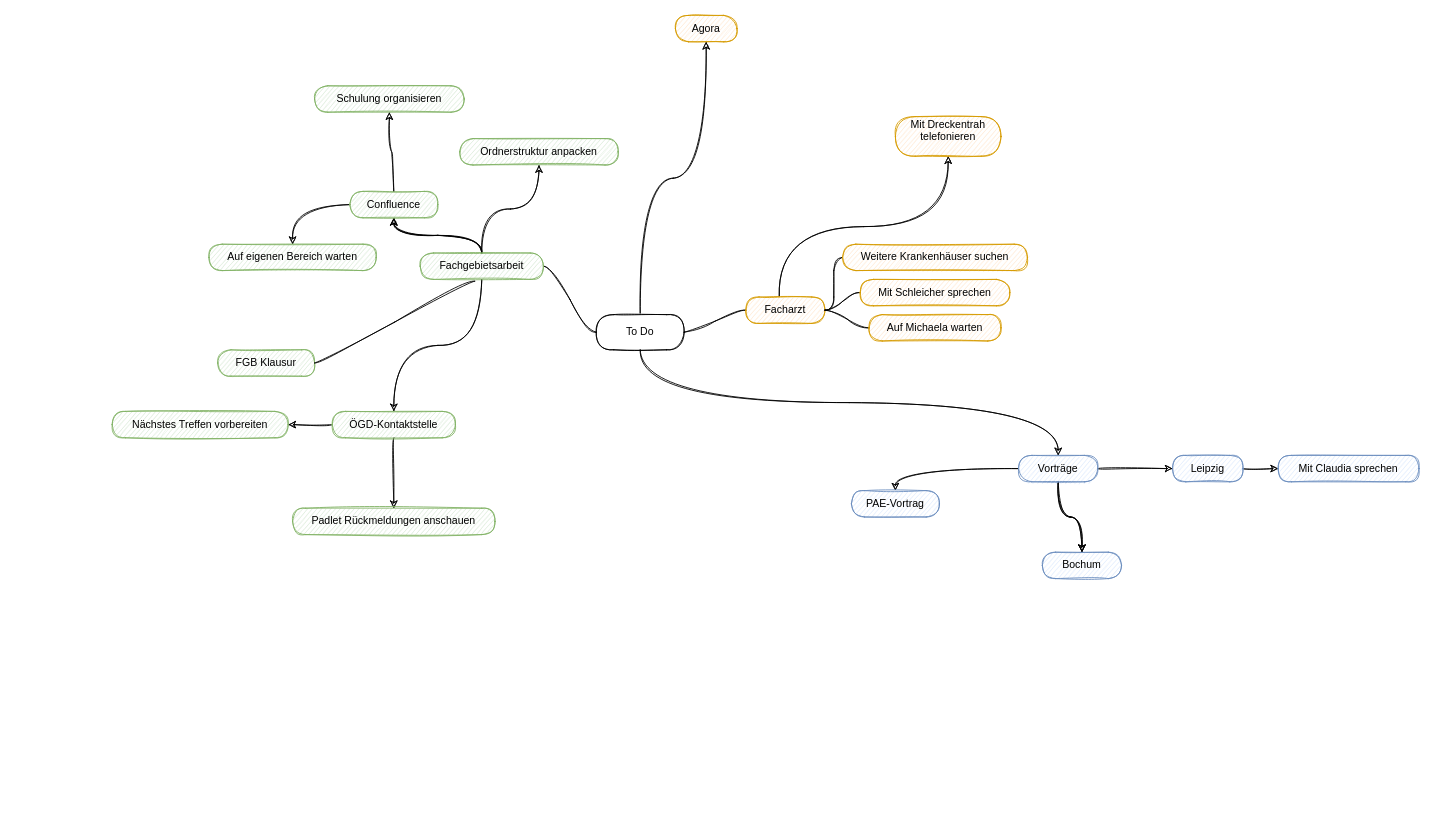
Earlier version of the draw.io diagram drawio/todo.drawio (jakobschumacher/graphs). Source tidied: cells renumbered, new cells numbered last; positions are measured from the earlier drawing's top-left corner, leaving out a move shared by most shapes. Both pictures are drawn from the tidied source at 88%, with x=0, y=0 at pixel (112, 15).
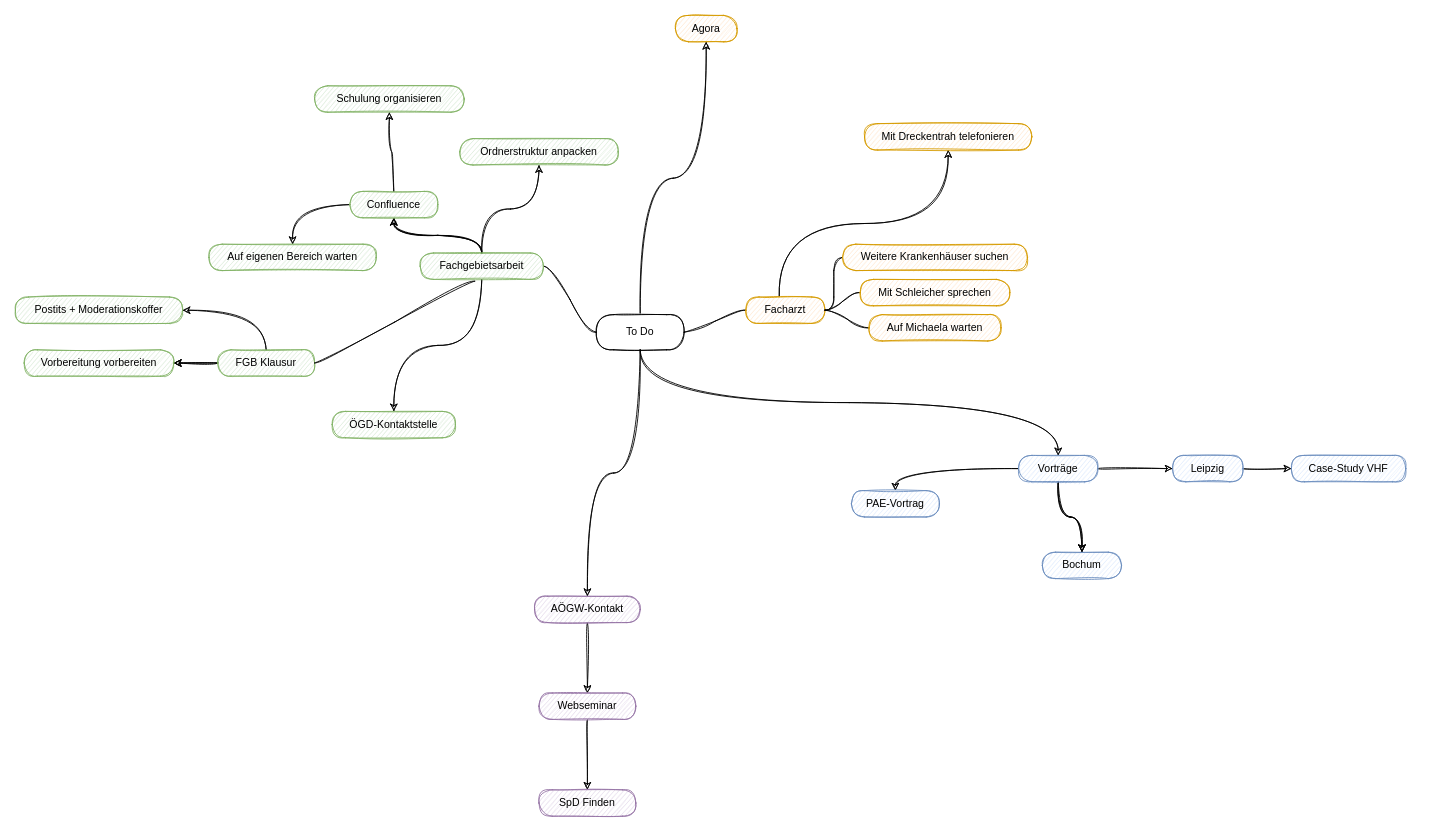
After the change.

Unchanged cells that the change refers to:
```xml
<mxCell id="5" value="To Do" style="whiteSpace=wrap;html=1;rounded=1;arcSize=50;align=center;verticalAlign=middle;strokeWidth=1;spacing=4;newEdgeStyle={&quot;edgeStyle&quot;:&quot;entityRelationEdgeStyle&quot;,&quot;startArrow&quot;:&quot;none&quot;,&quot;endArrow&quot;:&quot;none&quot;,&quot;segment&quot;:10,&quot;curved&quot;:1};sketch=1;" parent="1" vertex="1">
  <mxGeometry x="550" y="340" width="100" height="40" as="geometry" />
</mxCell>
<mxCell id="11" value="FGB Klausur" style="whiteSpace=wrap;html=1;rounded=1;arcSize=50;align=center;verticalAlign=middle;strokeWidth=1;spacing=4;newEdgeStyle={&quot;edgeStyle&quot;:&quot;entityRelationEdgeStyle&quot;,&quot;startArrow&quot;:&quot;none&quot;,&quot;endArrow&quot;:&quot;none&quot;,&quot;segment&quot;:10,&quot;curved&quot;:1};sketch=1;fillColor=#d5e8d4;strokeColor=#82b366;" parent="1" vertex="1">
  <mxGeometry x="120" y="380" width="110" height="30" as="geometry" />
</mxCell>
```

What changed in the source:
```diff
@@
+    <mxCell id="45" style="edgeStyle=orthogonalEdgeStyle;curved=1;rounded=1;sketch=1;jettySize=auto;html=1;exitX=0.5;exitY=1;exitDx=0;exitDy=0;" parent="1" edge="1" source="5" target="52">
+      <mxGeometry relative="1" as="geometry" />
+    </mxCell>
@@
+    <mxCell id="46" style="edgeStyle=orthogonalEdgeStyle;curved=1;rounded=1;sketch=1;jettySize=auto;html=1;" parent="1" edge="1" source="11" target="49">
+      <mxGeometry relative="1" as="geometry" />
+    </mxCell>
+    <mxCell id="47" style="edgeStyle=orthogonalEdgeStyle;curved=1;rounded=1;sketch=1;jettySize=auto;html=1;" parent="1" edge="1" source="11" target="49">
+      <mxGeometry relative="1" as="geometry" />
+    </mxCell>
+    <mxCell id="48" style="edgeStyle=orthogonalEdgeStyle;curved=1;rounded=1;sketch=1;jettySize=auto;html=1;exitX=0.5;exitY=0;exitDx=0;exitDy=0;entryX=1;entryY=0.5;entryDx=0;entryDy=0;" parent="1" edge="1" source="11" target="50">
+      <mxGeometry relative="1" as="geometry" />
+    </mxCell>
@@
-    <mxCell id="37" value="Mit Claudia sprechen" style="whiteSpace=wrap;html=1;rounded=1;arcSize=50;align=center;verticalAlign=middle;strokeWidth=1;spacing=4;newEdgeStyle={&quot;edgeStyle&quot;:&quot;entityRelationEdgeStyle&quot;,&quot;startArrow&quot;:&quot;none&quot;,&quot;endArrow&quot;:&quot;none&quot;,&quot;segment&quot;:10,&quot;curved&quot;:1};sketch=1;fillColor=#dae8fc;strokeColor=#6c8ebf;" parent="1" vertex="1">
-      <mxGeometry x="1325" y="500" width="160" height="30" as="geometry" />
+    <mxCell id="37" value="Case-Study VHF" style="whiteSpace=wrap;html=1;rounded=1;arcSize=50;align=center;verticalAlign=middle;strokeWidth=1;spacing=4;newEdgeStyle={&quot;edgeStyle&quot;:&quot;entityRelationEdgeStyle&quot;,&quot;startArrow&quot;:&quot;none&quot;,&quot;endArrow&quot;:&quot;none&quot;,&quot;segment&quot;:10,&quot;curved&quot;:1};sketch=1;fillColor=#dae8fc;strokeColor=#6c8ebf;" parent="1" vertex="1">
+      <mxGeometry x="1340" y="500" width="130" height="30" as="geometry" />
     </mxCell>
@@
-    <mxCell id="39" value="&lt;div&gt;Mit Dreckentrah telefonieren&lt;/div&gt;&lt;div&gt;&lt;br&gt;&lt;/div&gt;" style="whiteSpace=wrap;html=1;rounded=1;arcSize=50;align=center;verticalAlign=middle;strokeWidth=1;spacing=4;newEdgeStyle={&quot;edgeStyle&quot;:&quot;entityRelationEdgeStyle&quot;,&quot;startArrow&quot;:&quot;none&quot;,&quot;endArrow&quot;:&quot;none&quot;,&quot;segment&quot;:10,&quot;curved&quot;:1};sketch=1;fillColor=#ffe6cc;strokeColor=#d79b00;" parent="1" vertex="1">
-      <mxGeometry x="890" y="115" width="120" height="45" as="geometry" />
+    <mxCell id="39" value="&lt;div&gt;Mit Dreckentrah telefonieren&lt;/div&gt;" style="whiteSpace=wrap;html=1;rounded=1;arcSize=50;align=center;verticalAlign=middle;strokeWidth=1;spacing=4;newEdgeStyle={&quot;edgeStyle&quot;:&quot;entityRelationEdgeStyle&quot;,&quot;startArrow&quot;:&quot;none&quot;,&quot;endArrow&quot;:&quot;none&quot;,&quot;segment&quot;:10,&quot;curved&quot;:1};sketch=1;fillColor=#ffe6cc;strokeColor=#d79b00;" parent="1" vertex="1">
+      <mxGeometry x="855" y="123" width="190" height="30" as="geometry" />
     </mxCell>
-    <mxCell id="40" style="edgeStyle=orthogonalEdgeStyle;curved=1;rounded=1;sketch=1;jettySize=auto;html=1;" parent="1" edge="1" source="42" target="43">
-      <mxGeometry relative="1" as="geometry" />
-    </mxCell>
-    <mxCell id="41" style="edgeStyle=orthogonalEdgeStyle;curved=1;rounded=1;sketch=1;jettySize=auto;html=1;" parent="1" edge="1" source="42" target="44">
-      <mxGeometry relative="1" as="geometry" />
-    </mxCell>
-    <mxCell id="42" value="ÖGD-Kontaktstelle" style="whiteSpace=wrap;html=1;rounded=1;arcSize=50;align=center;verticalAlign=middle;strokeWidth=1;spacing=4;newEdgeStyle={&quot;edgeStyle&quot;:&quot;entityRelationEdgeStyle&quot;,&quot;startArrow&quot;:&quot;none&quot;,&quot;endArrow&quot;:&quot;none&quot;,&quot;segment&quot;:10,&quot;curved&quot;:1};sketch=1;fillColor=#d5e8d4;strokeColor=#82b366;" parent="1" vertex="1">
+    <mxCell id="42" value="ÖGD-Kontaktstelle" style="whiteSpace=wrap;html=1;rounded=1;arcSize=50;align=center;verticalAlign=middle;strokeWidth=1;spacing=4;newEdgeStyle={&quot;edgeStyle&quot;:&quot;entityRelationEdgeStyle&quot;,&quot;startArrow&quot;:&quot;none&quot;,&quot;endArrow&quot;:&quot;none&quot;,&quot;segment&quot;:10,&quot;curved&quot;:1};sketch=1;fillColor=#d5e8d4;strokeColor=#82b366;" parent="1" vertex="1" collapsed="1">
       <mxGeometry x="250" y="450" width="140" height="30" as="geometry" />
     </mxCell>
-    <mxCell id="43" value="Padlet Rückmeldungen anschauen" style="whiteSpace=wrap;html=1;rounded=1;arcSize=50;align=center;verticalAlign=middle;strokeWidth=1;spacing=4;newEdgeStyle={&quot;edgeStyle&quot;:&quot;entityRelationEdgeStyle&quot;,&quot;startArrow&quot;:&quot;none&quot;,&quot;endArrow&quot;:&quot;none&quot;,&quot;segment&quot;:10,&quot;curved&quot;:1};sketch=1;fillColor=#d5e8d4;strokeColor=#82b366;" parent="1" vertex="1">
-      <mxGeometry x="205" y="560" width="230" height="30" as="geometry" />
-    </mxCell>
-    <mxCell id="44" value="Nächstes Treffen vorbereiten" style="whiteSpace=wrap;html=1;rounded=1;arcSize=50;align=center;verticalAlign=middle;strokeWidth=1;spacing=4;newEdgeStyle={&quot;edgeStyle&quot;:&quot;entityRelationEdgeStyle&quot;,&quot;startArrow&quot;:&quot;none&quot;,&quot;endArrow&quot;:&quot;none&quot;,&quot;segment&quot;:10,&quot;curved&quot;:1};sketch=1;fillColor=#d5e8d4;strokeColor=#82b366;" parent="1" vertex="1">
-      <mxGeometry y="450" width="200" height="30" as="geometry" />
-    </mxCell>
+    <mxCell id="49" value="Vorbereitung vorbereiten" style="whiteSpace=wrap;html=1;rounded=1;arcSize=50;align=center;verticalAlign=middle;strokeWidth=1;spacing=4;newEdgeStyle={&quot;edgeStyle&quot;:&quot;entityRelationEdgeStyle&quot;,&quot;startArrow&quot;:&quot;none&quot;,&quot;endArrow&quot;:&quot;none&quot;,&quot;segment&quot;:10,&quot;curved&quot;:1};sketch=1;fillColor=#d5e8d4;strokeColor=#82b366;" parent="1" vertex="1">
+      <mxGeometry x="-100" y="380" width="170" height="30" as="geometry" />
+    </mxCell>
+    <mxCell id="50" value="Postits + Moderationskoffer" style="whiteSpace=wrap;html=1;rounded=1;arcSize=50;align=center;verticalAlign=middle;strokeWidth=1;spacing=4;newEdgeStyle={&quot;edgeStyle&quot;:&quot;entityRelationEdgeStyle&quot;,&quot;startArrow&quot;:&quot;none&quot;,&quot;endArrow&quot;:&quot;none&quot;,&quot;segment&quot;:10,&quot;curved&quot;:1};sketch=1;fillColor=#d5e8d4;strokeColor=#82b366;" parent="1" vertex="1">
+      <mxGeometry x="-110" y="320" width="190" height="30" as="geometry" />
+    </mxCell>
+    <mxCell id="51" style="edgeStyle=orthogonalEdgeStyle;curved=1;rounded=1;sketch=1;jettySize=auto;html=1;" parent="1" edge="1" source="52" target="54">
+      <mxGeometry relative="1" as="geometry" />
+    </mxCell>
+    <mxCell id="52" value="AÖGW-Kontakt" style="whiteSpace=wrap;html=1;rounded=1;arcSize=50;align=center;verticalAlign=middle;strokeWidth=1;spacing=4;newEdgeStyle={&quot;edgeStyle&quot;:&quot;entityRelationEdgeStyle&quot;,&quot;startArrow&quot;:&quot;none&quot;,&quot;endArrow&quot;:&quot;none&quot;,&quot;segment&quot;:10,&quot;curved&quot;:1};sketch=1;fillColor=#e1d5e7;strokeColor=#9673a6;" parent="1" vertex="1">
+      <mxGeometry x="480" y="660" width="120" height="30" as="geometry" />
+    </mxCell>
+    <mxCell id="53" style="edgeStyle=orthogonalEdgeStyle;curved=1;rounded=1;sketch=1;jettySize=auto;html=1;" parent="1" edge="1" source="54" target="55">
+      <mxGeometry relative="1" as="geometry" />
+    </mxCell>
+    <mxCell id="54" value="Webseminar" style="whiteSpace=wrap;html=1;rounded=1;arcSize=50;align=center;verticalAlign=middle;strokeWidth=1;spacing=4;newEdgeStyle={&quot;edgeStyle&quot;:&quot;entityRelationEdgeStyle&quot;,&quot;startArrow&quot;:&quot;none&quot;,&quot;endArrow&quot;:&quot;none&quot;,&quot;segment&quot;:10,&quot;curved&quot;:1};sketch=1;fillColor=#e1d5e7;strokeColor=#9673a6;" parent="1" vertex="1">
+      <mxGeometry x="485" y="770" width="110" height="30" as="geometry" />
+    </mxCell>
+    <mxCell id="55" value="SpD Finden" style="whiteSpace=wrap;html=1;rounded=1;arcSize=50;align=center;verticalAlign=middle;strokeWidth=1;spacing=4;newEdgeStyle={&quot;edgeStyle&quot;:&quot;entityRelationEdgeStyle&quot;,&quot;startArrow&quot;:&quot;none&quot;,&quot;endArrow&quot;:&quot;none&quot;,&quot;segment&quot;:10,&quot;curved&quot;:1};sketch=1;fillColor=#e1d5e7;strokeColor=#9673a6;" parent="1" vertex="1">
+      <mxGeometry x="485" y="880" width="110" height="30" as="geometry" />
+    </mxCell>
```
